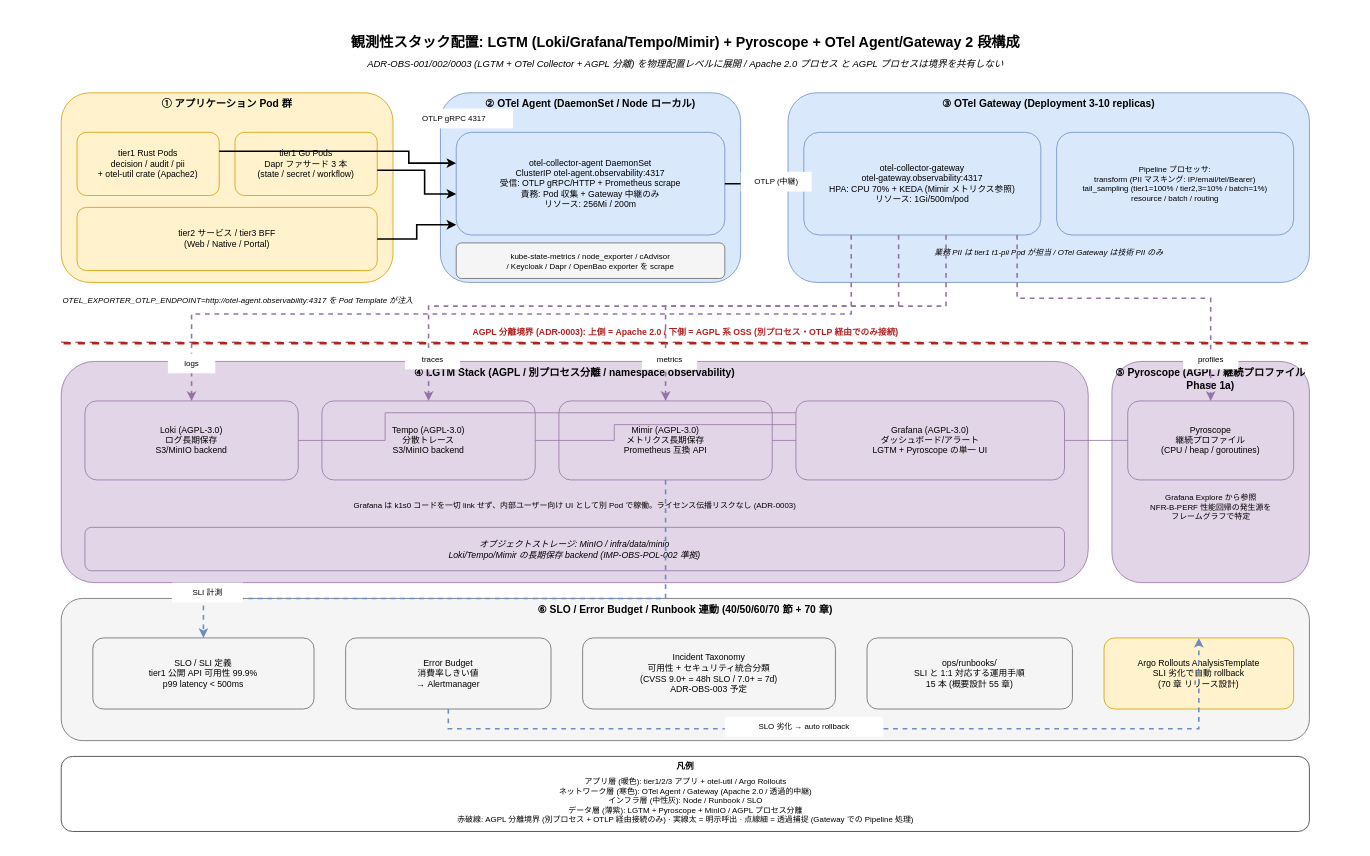
Above: docs/05_実装/60_観測性設計/img/60_LGTM_Pyroscope_OTel配置.drawio in RyuheiKiso/k1s0 (draw.io), before the change. Source tidied: cells renumbered, new cells numbered last; positions are measured from the earlier drawing's top-left corner, leaving out a move shared by most shapes. Both pictures are drawn from the tidied source at 79%, with x=0, y=0 at pixel (13, 13).
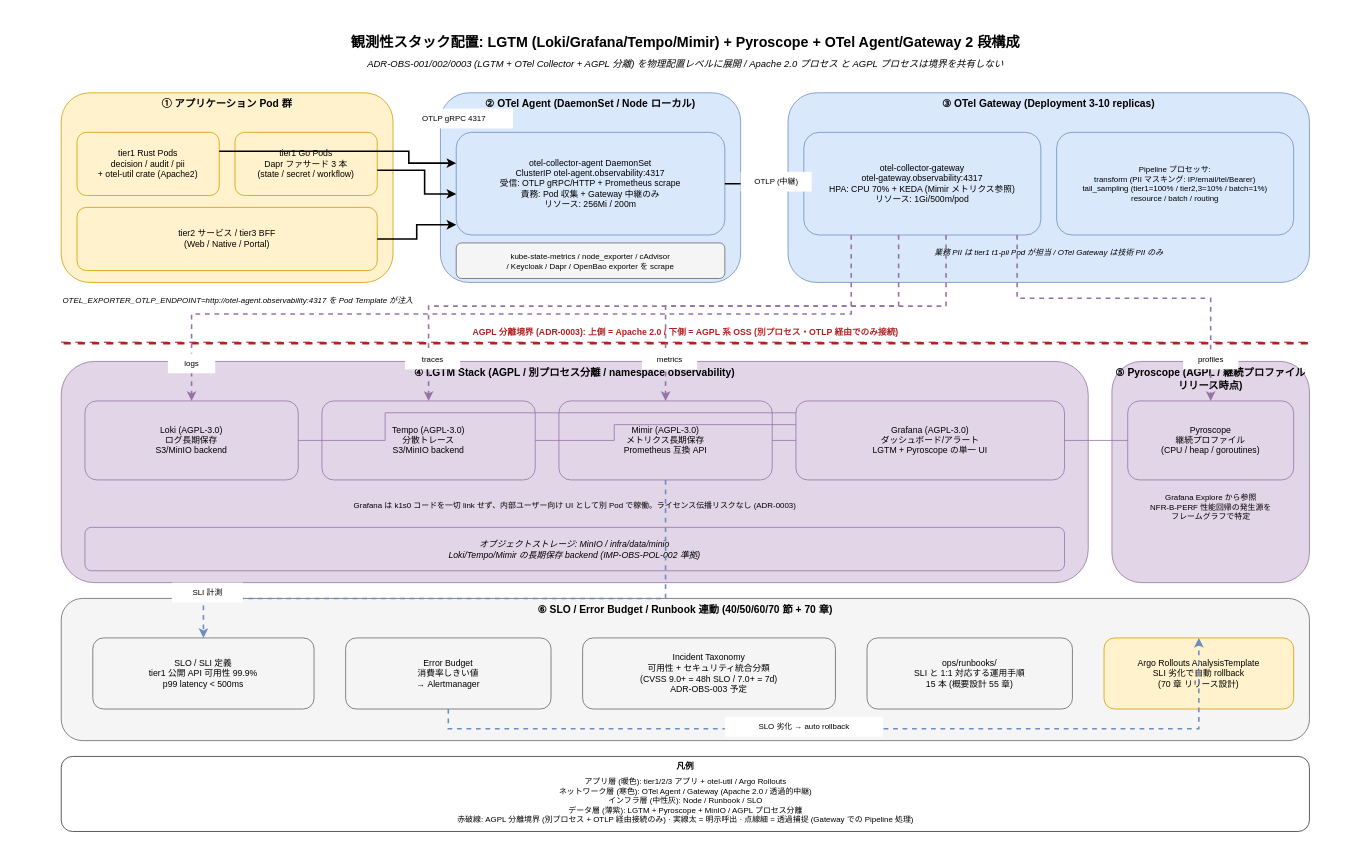
Above is the later version.

The edit, as a diff of the source:
```diff
@@
-    <mxCell id="26" value="⑤ Pyroscope (AGPL / 継続プロファイル Phase 1a)" style="rounded=1;whiteSpace=wrap;html=1;fillColor=#e1d5e7;strokeColor=#9673a6;fontSize=13;fontStyle=1;verticalAlign=top;" parent="1" vertex="1">
+    <mxCell id="26" value="⑤ Pyroscope (AGPL / 継続プロファイル リリース時点)" style="rounded=1;whiteSpace=wrap;html=1;fillColor=#e1d5e7;strokeColor=#9673a6;fontSize=13;fontStyle=1;verticalAlign=top;" parent="1" vertex="1">
       <mxGeometry x="1390" y="440" width="250" height="280" as="geometry" />
     </mxCell>
```
